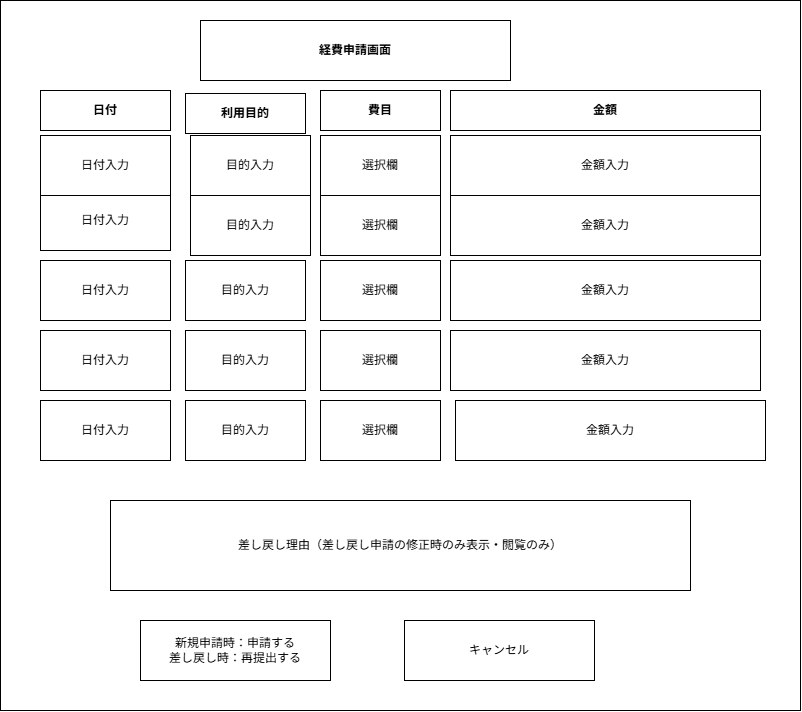
This is docs/13-8/expense-wireframe.png from keiko-32/post-app-practice, a draw.io export, as it was before one commit. Source tidied: cells renumbered, new cells last; positions are measured from the earlier drawing's top-left corner, leaving out a move shared by most shapes.
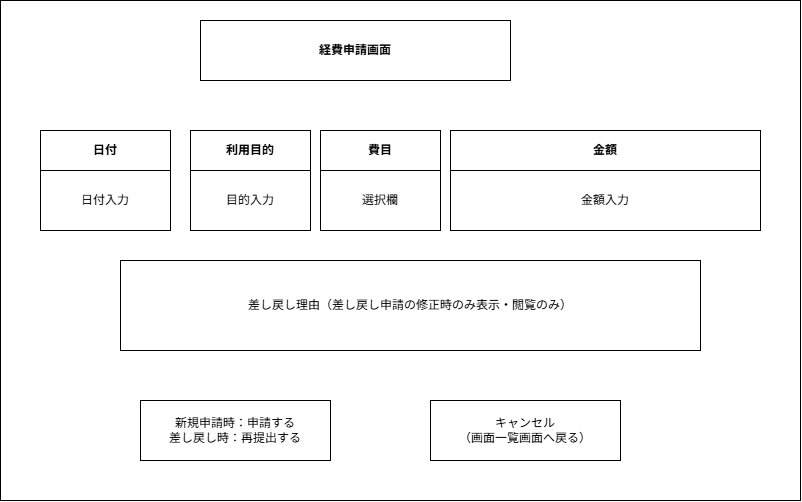
Above is the later version.

Diff of the diagram source:
```diff
@@ -3,91 +3,43 @@
     <mxCell id="0" />
     <mxCell id="1" parent="0" />
     <mxCell id="2" style="rounded=0;whiteSpace=wrap;html=1;" parent="1" vertex="1">
-      <mxGeometry width="800" height="710" as="geometry" />
+      <mxGeometry width="800" height="500" as="geometry" />
     </mxCell>
     <mxCell id="3" value="&lt;b&gt;経費申請画面&lt;/b&gt;" style="rounded=0;whiteSpace=wrap;html=1;" parent="1" vertex="1">
       <mxGeometry x="200" y="20" width="310" height="60" as="geometry" />
     </mxCell>
     <mxCell id="4" value="&lt;b&gt;日付&lt;/b&gt;" style="rounded=0;whiteSpace=wrap;html=1;" parent="1" vertex="1">
-      <mxGeometry x="40" y="90" width="130" height="40" as="geometry" />
+      <mxGeometry x="40" y="130" width="130" height="40" as="geometry" />
     </mxCell>
     <mxCell id="5" value="&lt;b&gt;利用目的&lt;/b&gt;" style="rounded=0;whiteSpace=wrap;html=1;" parent="1" vertex="1">
-      <mxGeometry x="185" y="93" width="120" height="40" as="geometry" />
+      <mxGeometry x="190" y="130" width="120" height="40" as="geometry" />
     </mxCell>
     <mxCell id="6" value="&lt;b&gt;費目&lt;/b&gt;" style="rounded=0;whiteSpace=wrap;html=1;" parent="1" vertex="1">
-      <mxGeometry x="320" y="90" width="120" height="40" as="geometry" />
+      <mxGeometry x="320" y="130" width="120" height="40" as="geometry" />
     </mxCell>
     <mxCell id="7" value="&lt;b&gt;金額&lt;/b&gt;" style="rounded=0;whiteSpace=wrap;html=1;" parent="1" vertex="1">
-      <mxGeometry x="450" y="90" width="310" height="40" as="geometry" />
+      <mxGeometry x="450" y="130" width="310" height="40" as="geometry" />
     </mxCell>
-    <mxCell id="8" value="日付入力" style="rounded=0;whiteSpace=wrap;html=1;" parent="1" vertex="1">
-      <mxGeometry x="40" y="190" width="130" height="60" as="geometry" />
-    </mxCell>
-    <mxCell id="9" value="日付入力" style="rounded=0;whiteSpace=wrap;html=1;" parent="1" vertex="1">
-      <mxGeometry x="40" y="260" width="130" height="60" as="geometry" />
-    </mxCell>
-    <mxCell id="10" value="日付入力" style="rounded=0;whiteSpace=wrap;html=1;" parent="1" vertex="1">
-      <mxGeometry x="40" y="400" width="130" height="60" as="geometry" />
-    </mxCell>
-    <mxCell id="11" value="日付入力" style="rounded=0;whiteSpace=wrap;html=1;" parent="1" vertex="1">
-      <mxGeometry x="40" y="330" width="130" height="60" as="geometry" />
-    </mxCell>
-    <mxCell id="12" value="目的入力" style="rounded=0;whiteSpace=wrap;html=1;" parent="1" vertex="1">
-      <mxGeometry x="185" y="260" width="120" height="60" as="geometry" />
-    </mxCell>
-    <mxCell id="13" value="目的入力" style="rounded=0;whiteSpace=wrap;html=1;" parent="1" vertex="1">
-      <mxGeometry x="190" y="195" width="120" height="60" as="geometry" />
-    </mxCell>
-    <mxCell id="14" value="目的入力" style="rounded=0;whiteSpace=wrap;html=1;" parent="1" vertex="1">
-      <mxGeometry x="185" y="400" width="120" height="60" as="geometry" />
-    </mxCell>
-    <mxCell id="15" value="目的入力" style="rounded=0;whiteSpace=wrap;html=1;" parent="1" vertex="1">
-      <mxGeometry x="185" y="330" width="120" height="60" as="geometry" />
-    </mxCell>
-    <mxCell id="16" value="選択欄" style="rounded=0;whiteSpace=wrap;html=1;" parent="1" vertex="1">
-      <mxGeometry x="320" y="195" width="120" height="60" as="geometry" />
-    </mxCell>
-    <mxCell id="17" value="選択欄" style="rounded=0;whiteSpace=wrap;html=1;" parent="1" vertex="1">
-      <mxGeometry x="320" y="260" width="120" height="60" as="geometry" />
-    </mxCell>
-    <mxCell id="18" value="選択欄" style="rounded=0;whiteSpace=wrap;html=1;" parent="1" vertex="1">
-      <mxGeometry x="320" y="330" width="120" height="60" as="geometry" />
-    </mxCell>
-    <mxCell id="19" value="選択欄" style="rounded=0;whiteSpace=wrap;html=1;" parent="1" vertex="1">
-      <mxGeometry x="320" y="400" width="120" height="60" as="geometry" />
-    </mxCell>
-    <mxCell id="20" value="金額入力" style="rounded=0;whiteSpace=wrap;html=1;" parent="1" vertex="1">
-      <mxGeometry x="450" y="195" width="310" height="60" as="geometry" />
-    </mxCell>
-    <mxCell id="21" value="金額入力" style="rounded=0;whiteSpace=wrap;html=1;" parent="1" vertex="1">
-      <mxGeometry x="450" y="260" width="310" height="60" as="geometry" />
-    </mxCell>
-    <mxCell id="22" value="金額入力" style="rounded=0;whiteSpace=wrap;html=1;" parent="1" vertex="1">
-      <mxGeometry x="450" y="330" width="310" height="60" as="geometry" />
-    </mxCell>
-    <mxCell id="23" value="金額入力" style="rounded=0;whiteSpace=wrap;html=1;" parent="1" vertex="1">
-      <mxGeometry x="455" y="400" width="310" height="60" as="geometry" />
-    </mxCell>
     <mxCell id="24" value="新規申請時：申請する&lt;div&gt;差し戻し時：再提出する&lt;/div&gt;" style="rounded=0;whiteSpace=wrap;html=1;" parent="1" vertex="1">
-      <mxGeometry x="140" y="620" width="190" height="60" as="geometry" />
+      <mxGeometry x="140" y="400" width="190" height="60" as="geometry" />
     </mxCell>
-    <mxCell id="25" value="キャンセル" style="rounded=0;whiteSpace=wrap;html=1;" parent="1" vertex="1">
-      <mxGeometry x="404" y="620" width="190" height="60" as="geometry" />
+    <mxCell id="25" value="キャンセル&lt;div&gt;（画面一覧画面へ戻る）&lt;/div&gt;" style="rounded=0;whiteSpace=wrap;html=1;" parent="1" vertex="1">
+      <mxGeometry x="430" y="400" width="190" height="60" as="geometry" />
     </mxCell>
     <mxCell id="26" value="日付入力" style="rounded=0;whiteSpace=wrap;html=1;" parent="1" vertex="1">
-      <mxGeometry x="40" y="135" width="130" height="60" as="geometry" />
+      <mxGeometry x="40" y="170" width="130" height="60" as="geometry" />
     </mxCell>
     <mxCell id="27" value="目的入力" style="rounded=0;whiteSpace=wrap;html=1;" parent="1" vertex="1">
-      <mxGeometry x="190" y="135" width="120" height="60" as="geometry" />
+      <mxGeometry x="190" y="170" width="120" height="60" as="geometry" />
     </mxCell>
     <mxCell id="28" value="選択欄" style="rounded=0;whiteSpace=wrap;html=1;" parent="1" vertex="1">
-      <mxGeometry x="320" y="135" width="120" height="60" as="geometry" />
+      <mxGeometry x="320" y="170" width="120" height="60" as="geometry" />
     </mxCell>
     <mxCell id="29" value="金額入力" style="rounded=0;whiteSpace=wrap;html=1;" parent="1" vertex="1">
-      <mxGeometry x="450" y="135" width="310" height="60" as="geometry" />
+      <mxGeometry x="450" y="170" width="310" height="60" as="geometry" />
     </mxCell>
     <mxCell id="30" value="差し戻し理由（差し戻し申請の修正時のみ表示・閲覧のみ）" style="rounded=0;whiteSpace=wrap;html=1;" parent="1" vertex="1">
-      <mxGeometry x="110" y="500" width="580" height="90" as="geometry" />
+      <mxGeometry x="120" y="260" width="580" height="90" as="geometry" />
     </mxCell>
   </root>
 </mxGraphModel>
```
